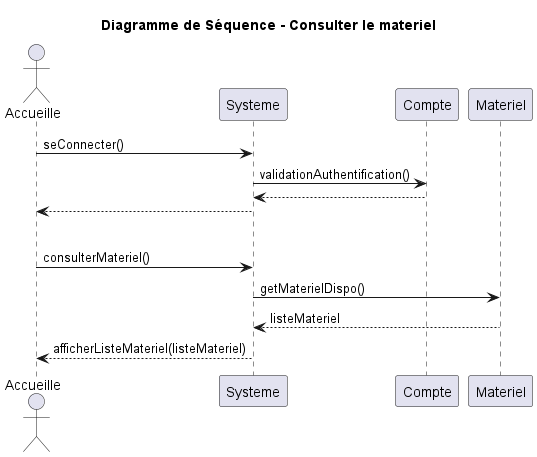
Earlier version of the PlantUML export UML/png/Diagramme_sequence_consulter_materiel.png (Egario54/ProjetClubNautique). The source it was exported from:
```plantuml
@startuml
title Diagramme de Séquence - Consulter le materiel
actor Accueille
participant Systeme
participant Compte
participant Materiel

Accueille -> Systeme: seConnecter()
Systeme -> Compte: validationAuthentification()
return
Systeme --> Accueille

|||

Accueille -> Systeme : consulterMateriel()
Systeme -> Materiel : getMaterielDispo()
Materiel --> Systeme : listeMateriel
Systeme --> Accueille : afficherListeMateriel(listeMateriel)

@enduml
```
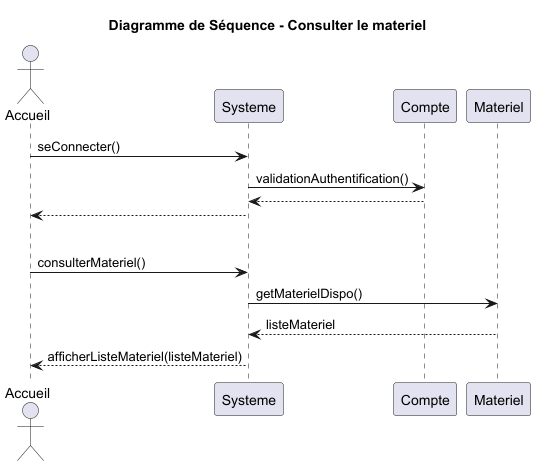
The same diagram one commit later.

The edit, as a diff of the source:
```diff
@@ -1,20 +1,20 @@
 @startuml
 title Diagramme de Séquence - Consulter le materiel
-actor Accueille
+actor Accueil
 participant Systeme
 participant Compte
 participant Materiel
 
-Accueille -> Systeme: seConnecter()
+Accueil -> Systeme: seConnecter()
 Systeme -> Compte: validationAuthentification()
 return
-Systeme --> Accueille
+Systeme --> Accueil
 
 |||
 
-Accueille -> Systeme : consulterMateriel()
+Accueil -> Systeme : consulterMateriel()
 Systeme -> Materiel : getMaterielDispo()
 Materiel --> Systeme : listeMateriel
-Systeme --> Accueille : afficherListeMateriel(listeMateriel)
+Systeme --> Accueil : afficherListeMateriel(listeMateriel)
 
 @enduml
```
